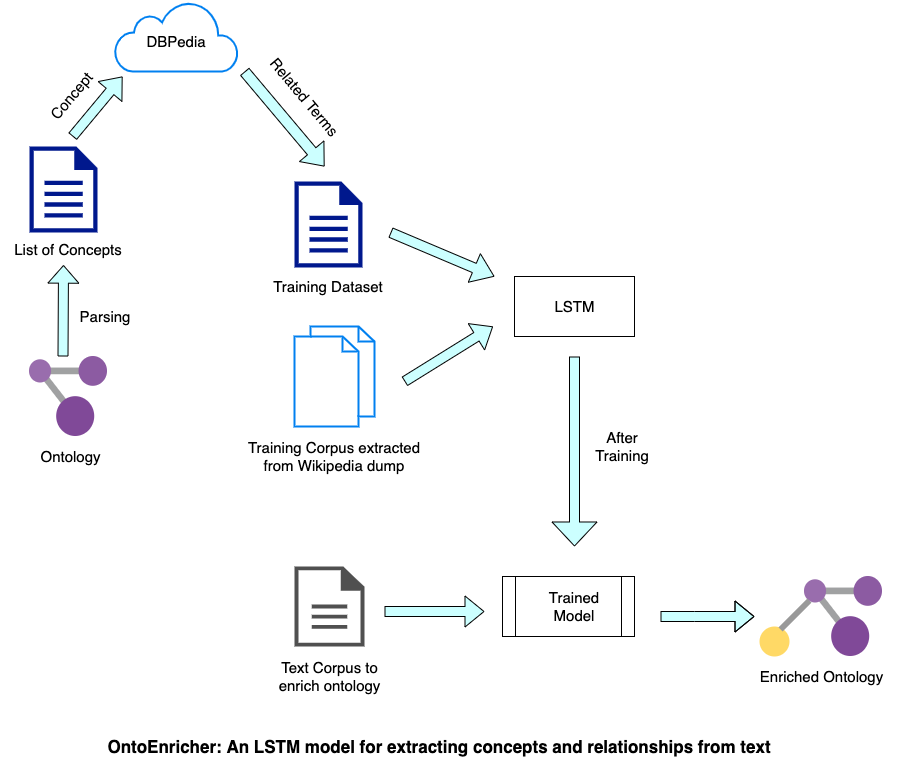
This is OntoEnricher/OntoEnricher.png from Remorax/SIREN-Research, a draw.io export, as it was before one commit. Source tidied: cells renumbered, new cells last; positions are measured from the earlier drawing's top-left corner, leaving out a move shared by most shapes.
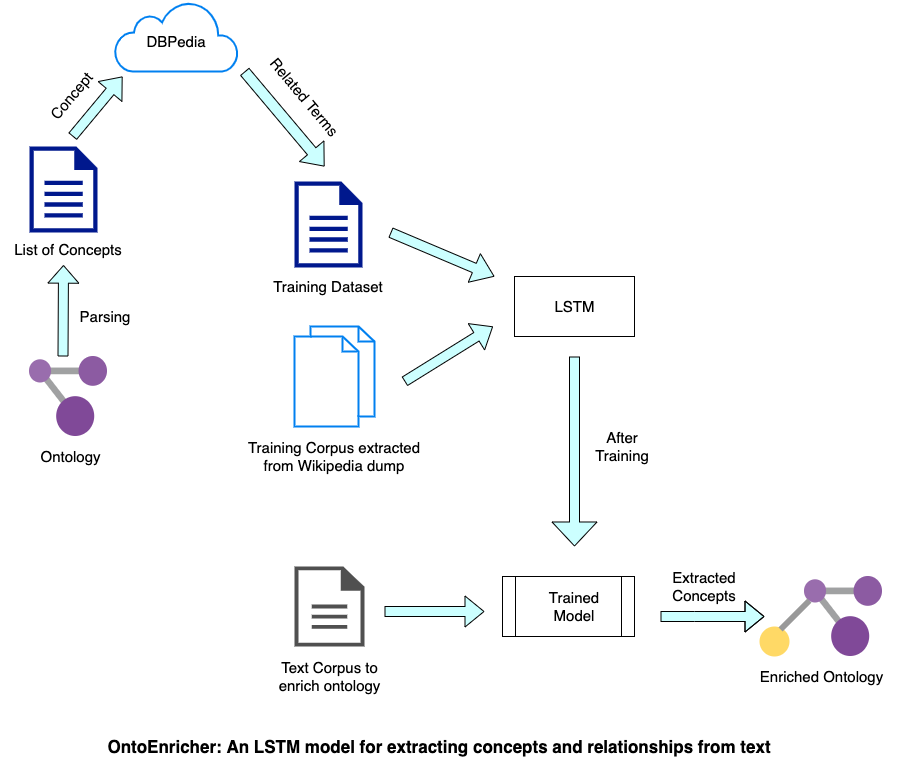
Later version of the same file.

Commit message:
Added relation label for OntoEnricher

What changed in the source:
```diff
@@ -107,7 +107,7 @@
     <mxCell id="29" style="shape=flexArrow;endArrow=classic;html=1;fillColor=#CCFFFF;fontSize=15;" parent="1" edge="1">
       <mxGeometry relative="1" as="geometry">
         <mxPoint x="660" y="615" as="sourcePoint" />
-        <mxPoint x="754" y="615" as="targetPoint" />
+        <mxPoint x="764" y="615" as="targetPoint" />
         <Array as="points">
           <mxPoint x="694" y="615" />
         </Array>
@@ -128,5 +128,8 @@
     <mxCell id="34" value="&lt;font style=&quot;font-size: 17px&quot;&gt;&lt;b&gt;OntoEnricher: An LSTM model for extracting concepts and relationships from text&lt;/b&gt;&lt;/font&gt;" style="text;html=1;strokeColor=none;fillColor=none;align=center;verticalAlign=middle;whiteSpace=wrap;rounded=0;fontSize=15;" parent="1" vertex="1">
       <mxGeometry x="63" y="735" width="750" height="20" as="geometry" />
     </mxCell>
+    <mxCell id="35" value="Extracted Concepts" style="text;html=1;strokeColor=none;fillColor=none;align=center;verticalAlign=middle;whiteSpace=wrap;rounded=0;fontSize=15;" parent="1" vertex="1">
+      <mxGeometry x="684" y="575" width="40" height="20" as="geometry" />
+    </mxCell>
   </root>
 </mxGraphModel>
```
